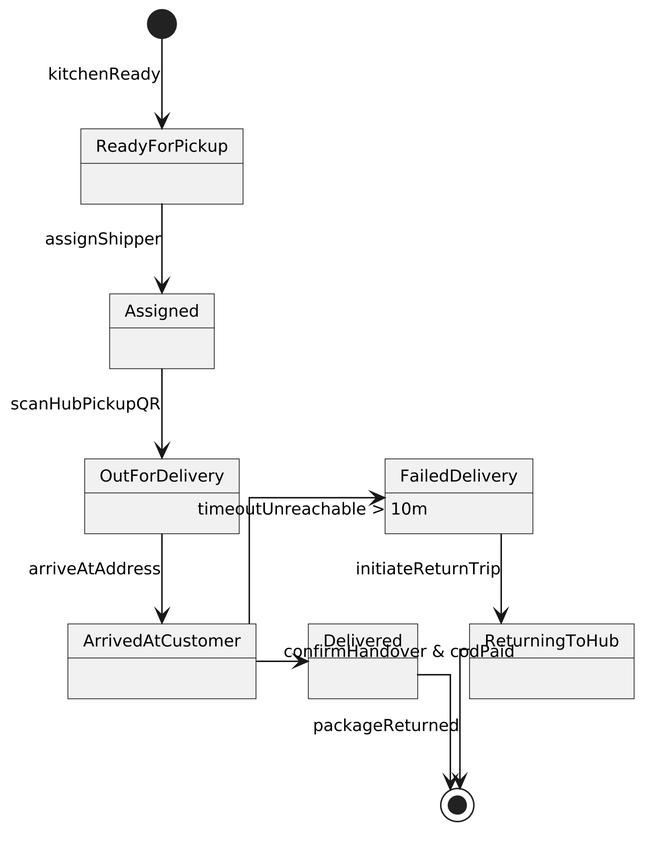
Earlier version of the PlantUML export Part_2/image_Tuu/UC10_State_Machine.png (DoQuocTrung06/SaigonBite-RAD-TeamF10). The source it was exported from:
```plantuml
@startuml
skinparam monochrome true
skinparam shadowing false
skinparam backgroundColor #FFFFFF
skinparam defaultFontName Arial
skinparam defaultFontSize 11
skinparam roundCorner 0
skinparam dpi 300
skinparam linetype ortho

[*] --> ReadyForPickup : kitchenReady

ReadyForPickup --> Assigned : assignShipper
Assigned --> OutForDelivery : scanHubPickupQR
OutForDelivery --> ArrivedAtCustomer : arriveAtAddress

ArrivedAtCustomer -right-> Delivered : confirmHandover & codPaid
ArrivedAtCustomer -left-> FailedDelivery : timeoutUnreachable > 10m

Delivered --> [*]
FailedDelivery --> ReturningToHub : initiateReturnTrip
ReturningToHub --> [*] : packageReturned
@enduml
```
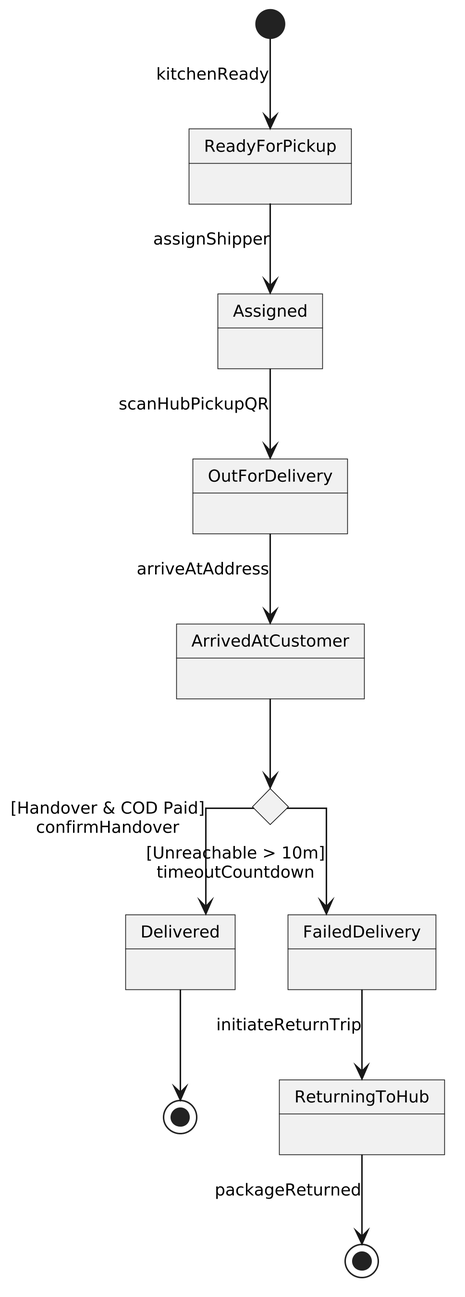
Later version of the same file.

Diff of the diagram source:
```diff
@@ -9,15 +9,22 @@
 skinparam linetype ortho
 
 [*] --> ReadyForPickup : kitchenReady
-
 ReadyForPickup --> Assigned : assignShipper
 Assigned --> OutForDelivery : scanHubPickupQR
 OutForDelivery --> ArrivedAtCustomer : arriveAtAddress
 
-ArrivedAtCustomer -right-> Delivered : confirmHandover & codPaid
-ArrivedAtCustomer -left-> FailedDelivery : timeoutUnreachable > 10m
+state DeliveryChoice <<choice>>
 
-Delivered --> [*]
+ArrivedAtCustomer --> DeliveryChoice
+
+DeliveryChoice --> Delivered : [Handover & COD Paid]\nconfirmHandover
+DeliveryChoice --> FailedDelivery : [Unreachable > 10m]\ntimeoutCountdown
+
 FailedDelivery --> ReturningToHub : initiateReturnTrip
-ReturningToHub --> [*] : packageReturned
+
+state " " as endSuccess <<end>>
+state " " as endReturned <<end>>
+
+Delivered --> endSuccess
+ReturningToHub --> endReturned : packageReturned
 @enduml
```
